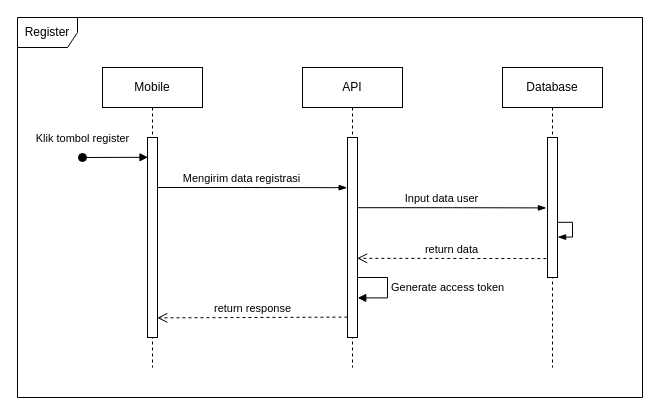
This is page "Register" (2 of 12) of requirements/Sequence Diagram.drawio from foxxxesky/Final-Projects-Backend-OVO, a draw.io file, before an edit. Source tidied: cells renumbered, new cells numbered last; positions are measured from the earlier drawing's top-left corner, leaving out a move shared by most shapes. Both pictures are drawn from the tidied source at 100%, with x=0, y=0 at pixel (17, 17).
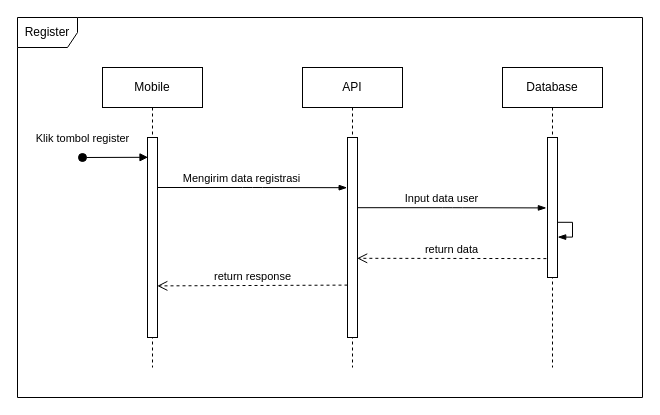
The same diagram, later.

The change refers to these unchanged cells:
```xml
<mxCell id="4" style="html=1;points=[];perimeter=orthogonalPerimeter;" parent="3" vertex="1">
  <mxGeometry x="45" y="70" width="10" height="200" as="geometry" />
</mxCell>
<mxCell id="5" value="API" style="shape=umlLifeline;perimeter=lifelinePerimeter;whiteSpace=wrap;html=1;" parent="1" vertex="1">
  <mxGeometry x="285" y="50" width="100" height="300" as="geometry" />
</mxCell>
<mxCell id="6" style="html=1;points=[];perimeter=orthogonalPerimeter;" parent="5" vertex="1">
  <mxGeometry x="45" y="70" width="10" height="200" as="geometry" />
</mxCell>
```

Diff of the diagram source:
```diff
@@
-    <mxCell id="7" value="Generate access token" style="edgeStyle=orthogonalEdgeStyle;html=1;align=left;spacingLeft=2;endArrow=block;rounded=0;entryX=1.027;entryY=0.802;exitX=1.042;exitY=0.7;exitDx=0;exitDy=0;exitPerimeter=0;entryDx=0;entryDy=0;entryPerimeter=0;" parent="5" edge="1" source="6" target="6">
-      <mxGeometry relative="1" as="geometry">
-        <Array as="points">
-          <mxPoint x="85" y="210" />
-          <mxPoint x="85" y="230" />
-        </Array>
-      </mxGeometry>
-    </mxCell>
@@
-    <mxCell id="17" value="return response" style="html=1;verticalAlign=bottom;endArrow=open;dashed=1;endSize=8;exitX=-0.004;exitY=0.898;exitDx=0;exitDy=0;exitPerimeter=0;entryX=0.981;entryY=0.902;entryDx=0;entryDy=0;entryPerimeter=0;" parent="1" edge="1" source="6" target="4">
-      <mxGeometry relative="1" as="geometry" />
+    <mxCell id="17" value="return response" style="html=1;verticalAlign=bottom;endArrow=open;dashed=1;endSize=8;exitX=-0.004;exitY=0.898;exitDx=0;exitDy=0;exitPerimeter=0;entryX=0.981;entryY=0.902;entryDx=0;entryDy=0;entryPerimeter=0;" parent="1" edge="1">
+      <mxGeometry relative="1" as="geometry">
+        <mxPoint x="330" y="267.6" as="sourcePoint" />
+        <mxPoint x="139.8" y="268.4" as="targetPoint" />
+      </mxGeometry>
     </mxCell>
```
